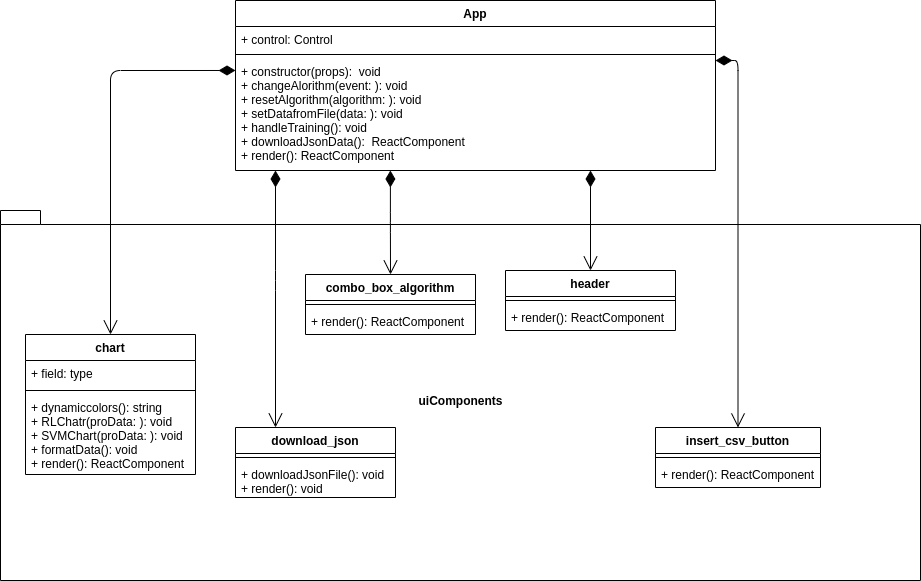
Above: Diagrams/Classes_diagrams/tool_view.png in teamafkSWE/PredireInGrafana-docs (draw.io), before the change. Source tidied: cells renumbered, new cells last; positions are measured from the earlier drawing's top-left corner, leaving out a move shared by most shapes.
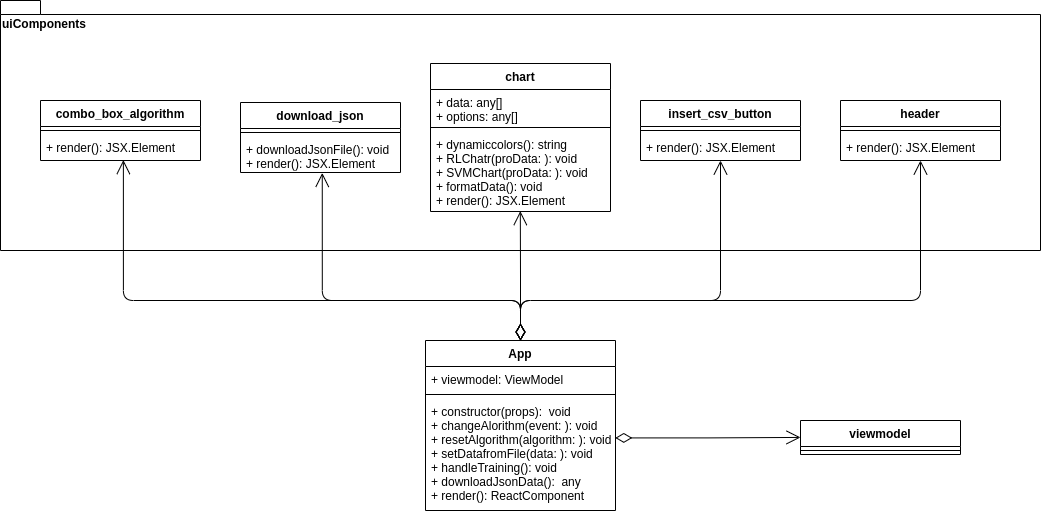
Above is the later version.

Diff of the diagram source:
```diff
@@ -2,97 +2,156 @@
   <root>
     <mxCell id="0" />
     <mxCell id="1" parent="0" />
-    <mxCell id="2" value="uiComponents" style="shape=folder;fontStyle=1;spacingTop=10;tabWidth=40;tabHeight=14;tabPosition=left;html=1;" parent="1" vertex="1">
-      <mxGeometry y="210" width="920" height="370" as="geometry" />
+    <mxCell id="2" value="uiComponents" style="shape=folder;fontStyle=1;spacingTop=10;tabWidth=40;tabHeight=14;tabPosition=left;html=1;align=left;verticalAlign=top;" parent="1" vertex="1">
+      <mxGeometry x="-45" y="250" width="1040" height="250" as="geometry" />
     </mxCell>
+    <mxCell id="13" value="download_json" style="swimlane;fontStyle=1;align=center;verticalAlign=top;horizontal=1;startSize=26;" parent="1" vertex="1">
+      <mxGeometry x="195" y="352" width="160" height="70" as="geometry" />
+    </mxCell>
+    <mxCell id="14" style="line;strokeWidth=1;fillColor=none;align=left;verticalAlign=middle;spacingTop=-1;spacingLeft=3;spacingRight=3;labelPosition=right;" parent="13" vertex="1">
+      <mxGeometry y="26" width="160" height="8" as="geometry" />
+    </mxCell>
+    <mxCell id="15" value="+ downloadJsonFile(): void&#10;+ render(): JSX.Element" style="text;strokeColor=none;fillColor=none;align=left;verticalAlign=top;spacingLeft=4;spacingRight=4;overflow=hidden;points=[[0,0.5],[1,0.5]];portConstraint=eastwest;" parent="13" vertex="1">
+      <mxGeometry y="34" width="160" height="36" as="geometry" />
+    </mxCell>
+    <mxCell id="24" value="insert_csv_button" style="swimlane;fontStyle=1;align=center;verticalAlign=top;horizontal=1;startSize=26;" parent="1" vertex="1">
+      <mxGeometry x="595" y="350" width="160" height="60" as="geometry" />
+    </mxCell>
+    <mxCell id="25" style="line;strokeWidth=1;fillColor=none;align=left;verticalAlign=middle;spacingTop=-1;spacingLeft=3;spacingRight=3;labelPosition=right;" parent="24" vertex="1">
+      <mxGeometry y="26" width="160" height="8" as="geometry" />
+    </mxCell>
+    <mxCell id="26" value="+ render(): JSX.Element" style="text;strokeColor=none;fillColor=none;align=left;verticalAlign=top;spacingLeft=4;spacingRight=4;overflow=hidden;" parent="24" vertex="1">
+      <mxGeometry y="34" width="160" height="26" as="geometry" />
+    </mxCell>
+    <mxCell id="19" value="combo_box_algorithm" style="swimlane;fontStyle=1;align=center;verticalAlign=top;horizontal=1;startSize=26;" parent="1" vertex="1">
+      <mxGeometry x="-5" y="350" width="160" height="60" as="geometry" />
+    </mxCell>
+    <mxCell id="20" style="line;strokeWidth=1;fillColor=none;align=left;verticalAlign=middle;spacingTop=-1;spacingLeft=3;spacingRight=3;labelPosition=right;" parent="19" vertex="1">
+      <mxGeometry y="26" width="160" height="8" as="geometry" />
+    </mxCell>
+    <mxCell id="21" value="+ render(): JSX.Element" style="text;strokeColor=none;fillColor=none;align=left;verticalAlign=top;spacingLeft=4;spacingRight=4;overflow=hidden;points=[[0,0.5],[1,0.5]];portConstraint=eastwest;" parent="19" vertex="1">
+      <mxGeometry y="34" width="160" height="26" as="geometry" />
+    </mxCell>
+    <mxCell id="16" value="header" style="swimlane;fontStyle=1;align=center;verticalAlign=top;horizontal=1;startSize=26;" parent="1" vertex="1">
+      <mxGeometry x="795" y="350" width="160" height="60" as="geometry" />
+    </mxCell>
+    <mxCell id="17" style="line;strokeWidth=1;fillColor=none;align=left;verticalAlign=middle;spacingTop=-1;spacingLeft=3;spacingRight=3;labelPosition=right;" parent="16" vertex="1">
+      <mxGeometry y="26" width="160" height="8" as="geometry" />
+    </mxCell>
+    <mxCell id="18" value="+ render(): JSX.Element" style="text;strokeColor=none;fillColor=none;align=left;verticalAlign=top;spacingLeft=4;spacingRight=4;overflow=hidden;points=[[0,0.5],[1,0.5]];portConstraint=eastwest;" parent="16" vertex="1">
+      <mxGeometry y="34" width="160" height="26" as="geometry" />
+    </mxCell>
+    <mxCell id="28" style="endArrow=open;html=1;endSize=12;startArrow=diamondThin;startSize=14;startFill=0;edgeStyle=orthogonalEdgeStyle;exitX=0.999;exitY=0.352;exitDx=0;exitDy=0;exitPerimeter=0;" parent="1" edge="1" source="6">
+      <mxGeometry relative="1" as="geometry">
+        <mxPoint x="755" y="686.9" as="targetPoint" />
+      </mxGeometry>
+    </mxCell>
+    <mxCell id="29" style="html=1;align=left;verticalAlign=top;labelBackgroundColor=#ffffff;fontSize=10;" parent="28" vertex="1">
+      <mxGeometry x="-1" relative="1" as="geometry" />
+    </mxCell>
+    <mxCell id="30" style="html=1;align=right;verticalAlign=top;labelBackgroundColor=#ffffff;fontSize=10;" parent="28" vertex="1">
+      <mxGeometry x="1" relative="1" as="geometry" />
+    </mxCell>
+    <mxCell id="31" value="viewmodel" style="swimlane;fontStyle=1;align=center;verticalAlign=top;horizontal=1;startSize=26;" parent="1" vertex="1">
+      <mxGeometry x="755" y="670" width="160" height="34" as="geometry" />
+    </mxCell>
+    <mxCell id="32" style="line;strokeWidth=1;fillColor=none;align=left;verticalAlign=middle;spacingTop=-1;spacingLeft=3;spacingRight=3;labelPosition=right;" parent="31" vertex="1">
+      <mxGeometry y="26" width="160" height="8" as="geometry" />
+    </mxCell>
+    <mxCell id="8" value="chart" style="swimlane;fontStyle=1;align=center;verticalAlign=top;horizontal=1;startSize=26;" parent="1" vertex="1">
+      <mxGeometry x="385" y="313" width="180" height="148" as="geometry" />
+    </mxCell>
+    <mxCell id="9" value="+ data: any[]&#10;+ options: any[]" style="text;strokeColor=none;fillColor=none;align=left;verticalAlign=top;spacingLeft=4;spacingRight=4;overflow=hidden;" parent="8" vertex="1">
+      <mxGeometry y="26" width="180" height="34" as="geometry" />
+    </mxCell>
+    <mxCell id="10" style="line;strokeWidth=1;fillColor=none;align=left;verticalAlign=middle;spacingTop=-1;spacingLeft=3;spacingRight=3;labelPosition=right;" parent="8" vertex="1">
+      <mxGeometry y="60" width="180" height="8" as="geometry" />
+    </mxCell>
+    <mxCell id="11" value="+ dynamiccolors(): string&#10;+ RLChatr(proData: ): void&#10;+ SVMChart(proData: ): void&#10;+ formatData(): void&#10;+ render(): JSX.Element" style="text;strokeColor=none;fillColor=none;align=left;verticalAlign=top;spacingLeft=4;spacingRight=4;overflow=hidden;points=[[0,0.5],[1,0.5]];portConstraint=eastwest;" parent="8" vertex="1">
+      <mxGeometry y="68" width="180" height="80" as="geometry" />
+    </mxCell>
+    <mxCell id="33" style="endArrow=open;html=1;endSize=12;startArrow=diamondThin;startSize=14;startFill=0;edgeStyle=orthogonalEdgeStyle;exitX=0.5;exitY=0;exitDx=0;exitDy=0;entryX=0.518;entryY=0.984;entryDx=0;entryDy=0;entryPerimeter=0;" parent="1" edge="1" source="3" target="21">
+      <mxGeometry relative="1" as="geometry">
+        <Array as="points">
+          <mxPoint x="475" y="550" />
+          <mxPoint x="78" y="550" />
+        </Array>
+      </mxGeometry>
+    </mxCell>
+    <mxCell id="34" style="html=1;align=left;verticalAlign=top;labelBackgroundColor=#ffffff;fontSize=10;" parent="33" vertex="1">
+      <mxGeometry x="-1" relative="1" as="geometry" />
+    </mxCell>
+    <mxCell id="35" style="html=1;align=right;verticalAlign=top;labelBackgroundColor=#ffffff;fontSize=10;" parent="33" vertex="1">
+      <mxGeometry x="1" relative="1" as="geometry" />
+    </mxCell>
+    <mxCell id="36" style="endArrow=open;html=1;endSize=12;startArrow=diamondThin;startSize=14;startFill=0;edgeStyle=orthogonalEdgeStyle;entryX=0.5;entryY=1;entryDx=0;entryDy=0;entryPerimeter=0;" parent="1" edge="1" target="18">
+      <mxGeometry relative="1" as="geometry">
+        <mxPoint x="475" y="590" as="sourcePoint" />
+        <Array as="points">
+          <mxPoint x="475" y="550" />
+          <mxPoint x="875" y="550" />
+        </Array>
+      </mxGeometry>
+    </mxCell>
+    <mxCell id="37" style="html=1;align=left;verticalAlign=top;labelBackgroundColor=#ffffff;fontSize=10;" parent="36" vertex="1">
+      <mxGeometry x="-1" relative="1" as="geometry" />
+    </mxCell>
+    <mxCell id="38" style="html=1;align=right;verticalAlign=top;labelBackgroundColor=#ffffff;fontSize=10;" parent="36" vertex="1">
+      <mxGeometry x="1" relative="1" as="geometry" />
+    </mxCell>
+    <mxCell id="39" style="endArrow=open;html=1;endSize=12;startArrow=diamondThin;startSize=14;startFill=0;edgeStyle=orthogonalEdgeStyle;entryX=0.499;entryY=0.995;entryDx=0;entryDy=0;entryPerimeter=0;" parent="1" edge="1" target="11">
+      <mxGeometry relative="1" as="geometry">
+        <mxPoint x="475" y="590" as="sourcePoint" />
+      </mxGeometry>
+    </mxCell>
+    <mxCell id="40" style="html=1;align=left;verticalAlign=top;labelBackgroundColor=#ffffff;fontSize=10;" parent="39" vertex="1">
+      <mxGeometry x="-1" relative="1" as="geometry" />
+    </mxCell>
+    <mxCell id="41" style="html=1;align=right;verticalAlign=top;labelBackgroundColor=#ffffff;fontSize=10;" parent="39" vertex="1">
+      <mxGeometry x="1" relative="1" as="geometry" />
+    </mxCell>
+    <mxCell id="42" style="endArrow=open;html=1;endSize=12;startArrow=diamondThin;startSize=14;startFill=0;edgeStyle=orthogonalEdgeStyle;exitX=0.5;exitY=0;exitDx=0;exitDy=0;entryX=0.511;entryY=1.012;entryDx=0;entryDy=0;entryPerimeter=0;" parent="1" edge="1" target="15">
+      <mxGeometry relative="1" as="geometry">
+        <mxPoint x="475" y="590" as="sourcePoint" />
+        <Array as="points">
+          <mxPoint x="475" y="550" />
+          <mxPoint x="277" y="550" />
+        </Array>
+      </mxGeometry>
+    </mxCell>
+    <mxCell id="43" style="html=1;align=left;verticalAlign=top;labelBackgroundColor=#ffffff;fontSize=10;" parent="42" vertex="1">
+      <mxGeometry x="-1" relative="1" as="geometry" />
+    </mxCell>
+    <mxCell id="44" style="html=1;align=right;verticalAlign=top;labelBackgroundColor=#ffffff;fontSize=10;" parent="42" vertex="1">
+      <mxGeometry x="1" relative="1" as="geometry" />
+    </mxCell>
+    <mxCell id="45" style="endArrow=open;html=1;endSize=12;startArrow=diamondThin;startSize=14;startFill=0;edgeStyle=orthogonalEdgeStyle;" parent="1" edge="1">
+      <mxGeometry relative="1" as="geometry">
+        <mxPoint x="475" y="590" as="sourcePoint" />
+        <mxPoint x="675" y="410" as="targetPoint" />
+        <Array as="points">
+          <mxPoint x="475" y="550" />
+          <mxPoint x="675" y="550" />
+        </Array>
+      </mxGeometry>
+    </mxCell>
+    <mxCell id="46" style="html=1;align=left;verticalAlign=top;labelBackgroundColor=#ffffff;fontSize=10;" parent="45" vertex="1">
+      <mxGeometry x="-1" relative="1" as="geometry" />
+    </mxCell>
+    <mxCell id="47" style="html=1;align=right;verticalAlign=top;labelBackgroundColor=#ffffff;fontSize=10;" parent="45" vertex="1">
+      <mxGeometry x="1" relative="1" as="geometry" />
+    </mxCell>
     <mxCell id="3" value="App" style="swimlane;fontStyle=1;align=center;verticalAlign=top;horizontal=1;startSize=26;" parent="1" vertex="1">
-      <mxGeometry x="235" width="480" height="170" as="geometry" />
+      <mxGeometry x="380" y="590" width="190" height="170" as="geometry" />
     </mxCell>
-    <mxCell id="4" value="+ control: Control" style="text;strokeColor=none;fillColor=none;align=left;verticalAlign=top;spacingLeft=4;spacingRight=4;overflow=hidden;" parent="3" vertex="1">
-      <mxGeometry y="26" width="480" height="24" as="geometry" />
+    <mxCell id="4" value="+ viewmodel: ViewModel" style="text;strokeColor=none;fillColor=none;align=left;verticalAlign=top;spacingLeft=4;spacingRight=4;overflow=hidden;" parent="3" vertex="1">
+      <mxGeometry y="26" width="190" height="24" as="geometry" />
     </mxCell>
     <mxCell id="5" style="line;strokeWidth=1;fillColor=none;align=left;verticalAlign=middle;spacingTop=-1;spacingLeft=3;spacingRight=3;labelPosition=right;" parent="3" vertex="1">
-      <mxGeometry y="50" width="480" height="8" as="geometry" />
+      <mxGeometry y="50" width="190" height="8" as="geometry" />
     </mxCell>
-    <mxCell id="6" value="+ constructor(props):  void&#10;+ changeAlorithm(event: ): void&#10;+ resetAlgorithm(algorithm: ): void&#10;+ setDatafromFile(data: ): void &#10;+ handleTraining(): void&#10;+ downloadJsonData():  ReactComponent&#10;+ render(): ReactComponent" style="text;strokeColor=none;fillColor=none;align=left;verticalAlign=top;spacingLeft=4;spacingRight=4;overflow=hidden;points=[[0,0.5],[1,0.5]];portConstraint=eastwest;" parent="3" vertex="1">
-      <mxGeometry y="58" width="480" height="112" as="geometry" />
+    <mxCell id="6" value="+ constructor(props):  void&#10;+ changeAlorithm(event: ): void&#10;+ resetAlgorithm(algorithm: ): void&#10;+ setDatafromFile(data: ): void &#10;+ handleTraining(): void&#10;+ downloadJsonData():  any&#10;+ render(): ReactComponent" style="text;strokeColor=none;fillColor=none;align=left;verticalAlign=top;spacingLeft=4;spacingRight=4;overflow=hidden;points=[[0,0.5],[1,0.5]];portConstraint=eastwest;" parent="3" vertex="1">
+      <mxGeometry y="58" width="190" height="112" as="geometry" />
     </mxCell>
-    <mxCell id="7" style="endArrow=open;html=1;endSize=12;startArrow=diamondThin;startSize=14;startFill=1;edgeStyle=orthogonalEdgeStyle;align=left;verticalAlign=bottom;exitX=0.201;exitY=0.997;exitDx=0;exitDy=0;exitPerimeter=0;entryX=0.25;entryY=0;entryDx=0;entryDy=0;" parent="3" edge="1" target="13">
-      <mxGeometry x="-1" y="3" relative="1" as="geometry">
-        <mxPoint x="40" y="170" as="sourcePoint" />
-        <Array as="points">
-          <mxPoint x="40" y="280" />
-          <mxPoint x="40" y="280" />
-        </Array>
-      </mxGeometry>
-    </mxCell>
-    <mxCell id="8" value="chart" style="swimlane;fontStyle=1;align=center;verticalAlign=top;horizontal=1;startSize=26;" parent="1" vertex="1">
-      <mxGeometry x="25" y="334" width="170" height="140" as="geometry" />
-    </mxCell>
-    <mxCell id="9" value="+ field: type" style="text;strokeColor=none;fillColor=none;align=left;verticalAlign=top;spacingLeft=4;spacingRight=4;overflow=hidden;" parent="8" vertex="1">
-      <mxGeometry y="26" width="170" height="26" as="geometry" />
-    </mxCell>
-    <mxCell id="10" style="line;strokeWidth=1;fillColor=none;align=left;verticalAlign=middle;spacingTop=-1;spacingLeft=3;spacingRight=3;labelPosition=right;" parent="8" vertex="1">
-      <mxGeometry y="52" width="170" height="8" as="geometry" />
-    </mxCell>
-    <mxCell id="11" value="+ dynamiccolors(): string&#10;+ RLChatr(proData: ): void&#10;+ SVMChart(proData: ): void&#10;+ formatData(): void&#10;+ render(): ReactComponent" style="text;strokeColor=none;fillColor=none;align=left;verticalAlign=top;spacingLeft=4;spacingRight=4;overflow=hidden;points=[[0,0.5],[1,0.5]];portConstraint=eastwest;" parent="8" vertex="1">
-      <mxGeometry y="60" width="170" height="80" as="geometry" />
-    </mxCell>
-    <mxCell id="12" style="endArrow=open;html=1;endSize=12;startArrow=diamondThin;startSize=14;startFill=1;edgeStyle=orthogonalEdgeStyle;align=left;verticalAlign=bottom;exitX=0;exitY=0.107;exitDx=0;exitDy=0;exitPerimeter=0;" parent="1" edge="1" source="6" target="8">
-      <mxGeometry x="-1" y="3" relative="1" as="geometry" />
-    </mxCell>
-    <mxCell id="13" value="download_json" style="swimlane;fontStyle=1;align=center;verticalAlign=top;horizontal=1;startSize=26;" parent="1" vertex="1">
-      <mxGeometry x="235" y="427" width="160" height="70" as="geometry" />
-    </mxCell>
-    <mxCell id="14" style="line;strokeWidth=1;fillColor=none;align=left;verticalAlign=middle;spacingTop=-1;spacingLeft=3;spacingRight=3;labelPosition=right;" parent="13" vertex="1">
-      <mxGeometry y="26" width="160" height="8" as="geometry" />
-    </mxCell>
-    <mxCell id="15" value="+ downloadJsonFile(): void&#10;+ render(): void" style="text;strokeColor=none;fillColor=none;align=left;verticalAlign=top;spacingLeft=4;spacingRight=4;overflow=hidden;points=[[0,0.5],[1,0.5]];portConstraint=eastwest;" parent="13" vertex="1">
-      <mxGeometry y="34" width="160" height="36" as="geometry" />
-    </mxCell>
-    <mxCell id="16" value="header" style="swimlane;fontStyle=1;align=center;verticalAlign=top;horizontal=1;startSize=26;" parent="1" vertex="1">
-      <mxGeometry x="505" y="270" width="170" height="60" as="geometry" />
-    </mxCell>
-    <mxCell id="17" style="line;strokeWidth=1;fillColor=none;align=left;verticalAlign=middle;spacingTop=-1;spacingLeft=3;spacingRight=3;labelPosition=right;" parent="16" vertex="1">
-      <mxGeometry y="26" width="170" height="8" as="geometry" />
-    </mxCell>
-    <mxCell id="18" value="+ render(): ReactComponent" style="text;strokeColor=none;fillColor=none;align=left;verticalAlign=top;spacingLeft=4;spacingRight=4;overflow=hidden;points=[[0,0.5],[1,0.5]];portConstraint=eastwest;" parent="16" vertex="1">
-      <mxGeometry y="34" width="170" height="26" as="geometry" />
-    </mxCell>
-    <mxCell id="19" value="combo_box_algorithm" style="swimlane;fontStyle=1;align=center;verticalAlign=top;horizontal=1;startSize=26;" parent="1" vertex="1">
-      <mxGeometry x="305" y="274" width="170" height="60" as="geometry" />
-    </mxCell>
-    <mxCell id="20" style="line;strokeWidth=1;fillColor=none;align=left;verticalAlign=middle;spacingTop=-1;spacingLeft=3;spacingRight=3;labelPosition=right;" parent="19" vertex="1">
-      <mxGeometry y="26" width="170" height="8" as="geometry" />
-    </mxCell>
-    <mxCell id="21" value="+ render(): ReactComponent" style="text;strokeColor=none;fillColor=none;align=left;verticalAlign=top;spacingLeft=4;spacingRight=4;overflow=hidden;points=[[0,0.5],[1,0.5]];portConstraint=eastwest;" parent="19" vertex="1">
-      <mxGeometry y="34" width="170" height="26" as="geometry" />
-    </mxCell>
-    <mxCell id="22" style="endArrow=open;html=1;endSize=12;startArrow=diamondThin;startSize=14;startFill=1;edgeStyle=orthogonalEdgeStyle;align=left;verticalAlign=bottom;exitX=0.201;exitY=0.997;exitDx=0;exitDy=0;exitPerimeter=0;" parent="1" edge="1" target="19">
-      <mxGeometry x="-1" y="3" relative="1" as="geometry">
-        <mxPoint x="389.9" y="170" as="sourcePoint" />
-      </mxGeometry>
-    </mxCell>
-    <mxCell id="23" style="endArrow=open;html=1;endSize=12;startArrow=diamondThin;startSize=14;startFill=1;edgeStyle=orthogonalEdgeStyle;align=left;verticalAlign=bottom;entryX=0.5;entryY=0;entryDx=0;entryDy=0;" parent="1" edge="1" target="16">
-      <mxGeometry x="-1" y="3" relative="1" as="geometry">
-        <mxPoint x="590" y="170" as="sourcePoint" />
-      </mxGeometry>
-    </mxCell>
-    <mxCell id="24" value="insert_csv_button" style="swimlane;fontStyle=1;align=center;verticalAlign=top;horizontal=1;startSize=26;" parent="1" vertex="1">
-      <mxGeometry x="655" y="427" width="165" height="60" as="geometry" />
-    </mxCell>
-    <mxCell id="25" style="line;strokeWidth=1;fillColor=none;align=left;verticalAlign=middle;spacingTop=-1;spacingLeft=3;spacingRight=3;labelPosition=right;" parent="24" vertex="1">
-      <mxGeometry y="26" width="165" height="8" as="geometry" />
-    </mxCell>
-    <mxCell id="26" value="+ render(): ReactComponent" style="text;strokeColor=none;fillColor=none;align=left;verticalAlign=top;spacingLeft=4;spacingRight=4;overflow=hidden;" parent="24" vertex="1">
-      <mxGeometry y="34" width="165" height="26" as="geometry" />
-    </mxCell>
-    <mxCell id="27" style="endArrow=open;html=1;endSize=12;startArrow=diamondThin;startSize=14;startFill=1;edgeStyle=orthogonalEdgeStyle;align=left;verticalAlign=bottom;entryX=0.5;entryY=0;entryDx=0;entryDy=0;" parent="1" edge="1" source="6" target="24">
-      <mxGeometry x="-1" y="3" relative="1" as="geometry">
-        <Array as="points">
-          <mxPoint x="738" y="60" />
-        </Array>
-      </mxGeometry>
-    </mxCell>
   </root>
 </mxGraphModel>
```
